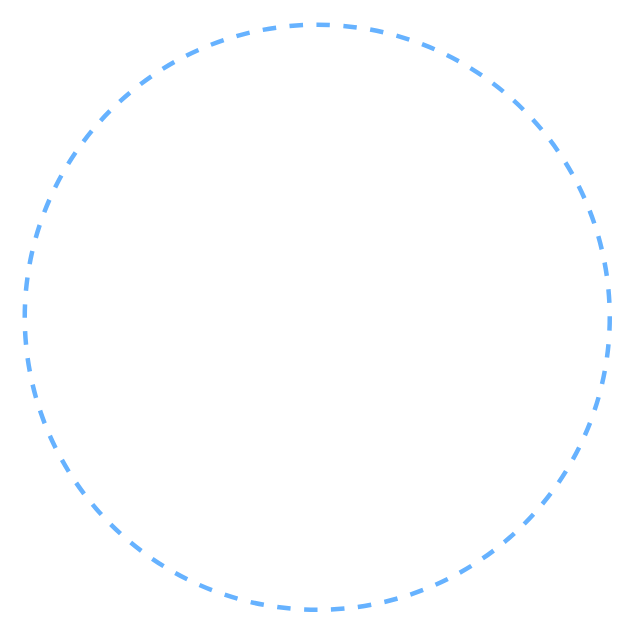
fangzheng0518/draw keeps this draw.io diagram as pet_data_warehouse/宠物医疗线上线下闭环.drawio. Above is the earlier version. Source tidied: cells renumbered, new cells numbered last; positions are measured from the earlier drawing's top-left corner, leaving out a move shared by most shapes. Both pictures are drawn from the tidied source at 150%, with x=0, y=0 at pixel (24, 24).
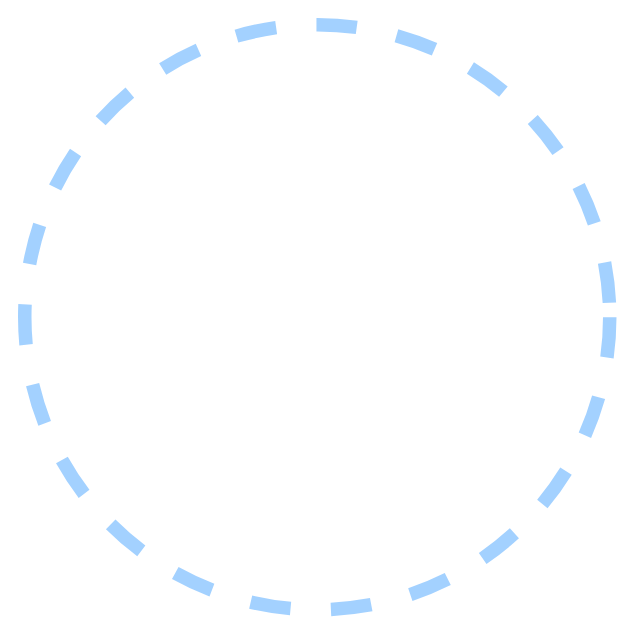
After the change.

Commit message (it also covers changes not shown here):
Update 宠物医疗线上线下闭环.drawio

Change to the diagram source:
```diff
@@
 <mxGraphModel>
   <root>
     <mxCell id="0" />
     <mxCell id="1" parent="0" />
-    <mxCell id="2" style="ellipse;whiteSpace=wrap;html=1;fillColor=none;strokeColor=#66B2FF;dashed=1;strokeWidth=3;" parent="1" vertex="1">
+    <mxCell id="2" style="ellipse;whiteSpace=wrap;html=1;fillColor=none;strokeColor=#66B2FF;dashed=1;strokeWidth=9;shadow=0;perimeterSpacing=2;opacity=60;" parent="1" vertex="1">
       <mxGeometry width="390" height="390" as="geometry" />
     </mxCell>
   </root>
 </mxGraphModel>
```
